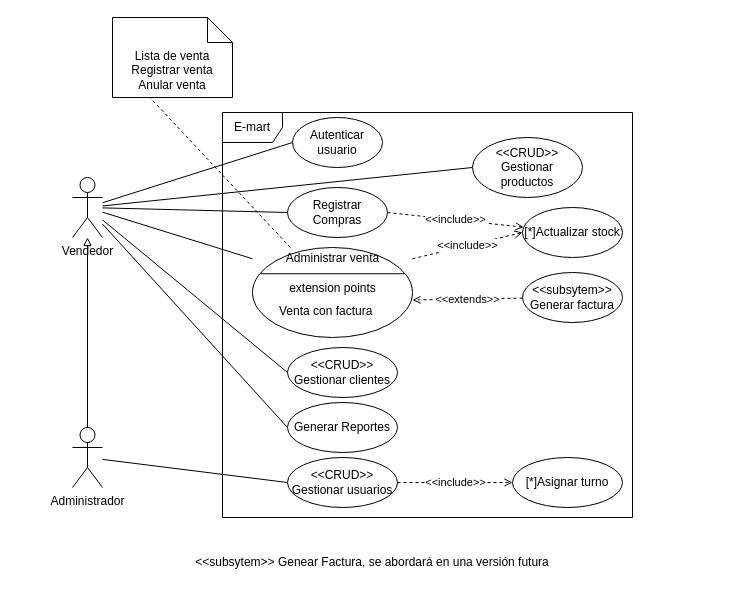
Above: E-mart librería/diagramas.drawio in rene525456/requisitos_software (draw.io), before the change. Source tidied: cells renumbered, new cells numbered last; positions are measured from the earlier drawing's top-left corner, leaving out a move shared by most shapes. Both pictures are drawn from the tidied source at 100%, with x=0, y=0 at pixel (72, 17).
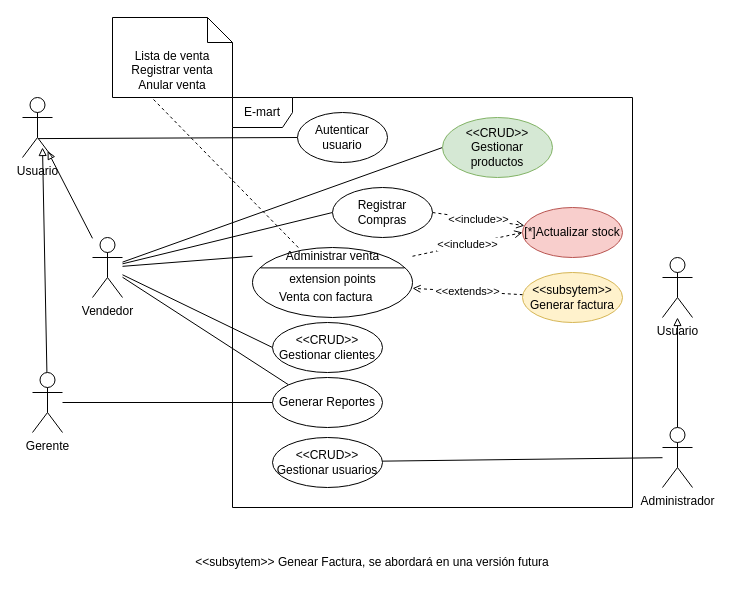
The same diagram, later.

The edit, as a diff of the source:
```diff
@@
     <mxCell id="2" value="E-mart" style="shape=umlFrame;whiteSpace=wrap;html=1;" parent="1" vertex="1">
-      <mxGeometry x="150" y="95" width="410" height="405" as="geometry" />
+      <mxGeometry x="160" y="80" width="400" height="410" as="geometry" />
     </mxCell>
-    <mxCell id="3" style="edgeStyle=none;rounded=0;jettySize=auto;html=1;entryX=0;entryY=0.5;entryDx=0;entryDy=0;endArrow=none;endFill=0;" parent="1" edge="1" source="9" target="13">
+    <mxCell id="3" style="edgeStyle=none;rounded=0;jettySize=auto;html=1;entryX=0;entryY=0.5;entryDx=0;entryDy=0;endArrow=none;endFill=0;exitX=0.521;exitY=0.685;exitDx=0;exitDy=0;exitPerimeter=0;" parent="1" edge="1" source="39" target="13">
       <mxGeometry relative="1" as="geometry" />
     </mxCell>
@@
-    <mxCell id="8" style="edgeStyle=none;rounded=0;jettySize=auto;html=1;entryX=0;entryY=0.5;entryDx=0;entryDy=0;endArrow=none;endFill=0;" parent="1" edge="1" source="9" target="29">
+    <mxCell id="8" style="edgeStyle=none;rounded=0;jettySize=auto;html=1;entryX=0;entryY=0;entryDx=0;entryDy=0;endArrow=none;endFill=0;" parent="1" edge="1" source="9" target="29">
       <mxGeometry relative="1" as="geometry" />
     </mxCell>
+    <mxCell id="34" style="edgeStyle=none;rounded=0;jettySize=auto;html=1;entryX=0.836;entryY=0.891;entryDx=0;entryDy=0;entryPerimeter=0;endArrow=block;endFill=0;" parent="1" edge="1" source="9" target="39">
+      <mxGeometry relative="1" as="geometry" />
+    </mxCell>
     <mxCell id="9" value="Vendedor" style="shape=umlActor;verticalLabelPosition=bottom;verticalAlign=top;html=1;" parent="1" vertex="1">
-      <mxGeometry y="160" width="30" height="60" as="geometry" />
+      <mxGeometry x="20" y="220" width="30" height="60" as="geometry" />
     </mxCell>
-    <mxCell id="10" style="edgeStyle=none;rounded=0;jettySize=auto;html=1;endArrow=block;endFill=0;" parent="1" edge="1" source="12" target="9">
-      <mxGeometry relative="1" as="geometry" />
-    </mxCell>
@@
+    <mxCell id="35" style="edgeStyle=orthogonalEdgeStyle;rounded=0;jettySize=auto;html=1;endArrow=block;endFill=0;" parent="1" edge="1" source="12" target="40">
+      <mxGeometry relative="1" as="geometry" />
+    </mxCell>
     <mxCell id="12" value="Administrador" style="shape=umlActor;verticalLabelPosition=bottom;verticalAlign=top;html=1;" parent="1" vertex="1">
-      <mxGeometry y="410" width="30" height="60" as="geometry" />
+      <mxGeometry x="590" y="410" width="30" height="60" as="geometry" />
     </mxCell>
     <mxCell id="13" value="Autenticar usuario" style="ellipse;whiteSpace=wrap;html=1;" parent="1" vertex="1">
-      <mxGeometry x="220" y="100" width="90" height="50" as="geometry" />
+      <mxGeometry x="225" y="95" width="90" height="50" as="geometry" />
     </mxCell>
-    <mxCell id="14" value="&amp;lt;&amp;lt;CRUD&amp;gt;&amp;gt;&lt;br&gt;Gestionar productos" style="ellipse;whiteSpace=wrap;html=1;" parent="1" vertex="1">
-      <mxGeometry x="400" y="120" width="110" height="60" as="geometry" />
+    <mxCell id="14" value="&amp;lt;&amp;lt;CRUD&amp;gt;&amp;gt;&lt;br&gt;Gestionar productos" style="ellipse;whiteSpace=wrap;html=1;fillColor=#d5e8d4;strokeColor=#82b366;" parent="1" vertex="1">
+      <mxGeometry x="370" y="100" width="110" height="60" as="geometry" />
     </mxCell>
@@
     <mxCell id="16" value="Registrar Compras" style="ellipse;whiteSpace=wrap;html=1;" parent="1" vertex="1">
-      <mxGeometry x="215" y="170" width="100" height="50" as="geometry" />
+      <mxGeometry x="260" y="170" width="100" height="50" as="geometry" />
     </mxCell>
@@
     <mxCell id="18" style="shape=ellipse;horizontal=1;html=1;dashed=0;" parent="1" vertex="1">
-      <mxGeometry x="180" y="230" width="160" height="90" as="geometry" />
+      <mxGeometry x="180" y="230" width="160" height="70" as="geometry" />
     </mxCell>
     <mxCell id="19" value="Administrar venta" style="html=1;strokeColor=none;fillColor=none;align=center;verticalAlign=middle;" parent="18" vertex="1">
-      <mxGeometry width="160" height="22.5" as="geometry" />
+      <mxGeometry width="160" height="17.5" as="geometry" />
     </mxCell>
     <mxCell id="20" style="line;strokeWidth=1;fillColor=none;labelPosition=right;dashed=0;" parent="18" vertex="1">
-      <mxGeometry x="8" y="22.5" width="144" height="7.5" as="geometry" />
+      <mxGeometry x="8" y="17.5" width="144" height="5.8" as="geometry" />
     </mxCell>
     <mxCell id="21" value="extension points" style="text;html=1;align=center;verticalAlign=middle;" parent="18" vertex="1">
-      <mxGeometry y="30" width="160" height="22.5" as="geometry" />
+      <mxGeometry y="23.3" width="160" height="17.5" as="geometry" />
     </mxCell>
     <mxCell id="22" value="Venta con factura" style="text;html=1;align=left;verticalAlign=middle;spacingLeft=25;" parent="18" vertex="1">
-      <mxGeometry y="52.5" width="160" height="22.5" as="geometry" />
+      <mxGeometry y="40.8" width="160" height="17.5" as="geometry" />
     </mxCell>
@@
-    <mxCell id="24" value="[*]Actualizar stock" style="ellipse;whiteSpace=wrap;html=1;" parent="1" vertex="1">
+    <mxCell id="24" value="[*]Actualizar stock" style="ellipse;whiteSpace=wrap;html=1;fillColor=#f8cecc;strokeColor=#b85450;" parent="1" vertex="1">
       <mxGeometry x="450" y="190" width="100" height="50" as="geometry" />
     </mxCell>
@@
-    <mxCell id="27" value="&amp;lt;&amp;lt;subsytem&amp;gt;&amp;gt;&lt;br&gt;Generar factura" style="ellipse;whiteSpace=wrap;html=1;" parent="1" vertex="1">
+    <mxCell id="27" value="&amp;lt;&amp;lt;subsytem&amp;gt;&amp;gt;&lt;br&gt;Generar factura" style="ellipse;whiteSpace=wrap;html=1;fillColor=#fff2cc;strokeColor=#d6b656;" parent="1" vertex="1">
       <mxGeometry x="450" y="255" width="100" height="50" as="geometry" />
     </mxCell>
     <mxCell id="28" value="&amp;lt;&amp;lt;CRUD&amp;gt;&amp;gt;&lt;br&gt;Gestionar clientes" style="ellipse;whiteSpace=wrap;html=1;" parent="1" vertex="1">
-      <mxGeometry x="215" y="330" width="110" height="50" as="geometry" />
+      <mxGeometry x="200" y="305" width="110" height="50" as="geometry" />
     </mxCell>
     <mxCell id="29" value="Generar Reportes" style="ellipse;whiteSpace=wrap;html=1;" parent="1" vertex="1">
-      <mxGeometry x="215" y="385" width="110" height="50" as="geometry" />
+      <mxGeometry x="200" y="360" width="110" height="50" as="geometry" />
     </mxCell>
-    <mxCell id="30" value="&amp;lt;&amp;lt;include&amp;gt;&amp;gt;" style="edgeStyle=none;rounded=0;jettySize=auto;html=1;entryX=0;entryY=0.5;entryDx=0;entryDy=0;endArrow=open;endFill=0;dashed=1;" parent="1" edge="1" source="31" target="32">
-      <mxGeometry relative="1" as="geometry" />
-    </mxCell>
     <mxCell id="31" value="&amp;lt;&amp;lt;CRUD&amp;gt;&amp;gt;&lt;br&gt;Gestionar usuarios" style="ellipse;whiteSpace=wrap;html=1;" parent="1" vertex="1">
-      <mxGeometry x="215" y="440" width="110" height="50" as="geometry" />
+      <mxGeometry x="200" y="420" width="110" height="50" as="geometry" />
     </mxCell>
-    <mxCell id="32" value="[*]Asignar turno&lt;span style=&quot;&quot;&gt;&#9;&lt;/span&gt;" style="ellipse;whiteSpace=wrap;html=1;" parent="1" vertex="1">
-      <mxGeometry x="440" y="440" width="110" height="50" as="geometry" />
-    </mxCell>
@@
+    <mxCell id="36" style="edgeStyle=none;rounded=0;jettySize=auto;html=1;entryX=0;entryY=0.5;entryDx=0;entryDy=0;endArrow=none;endFill=0;" parent="1" edge="1" source="38" target="29">
+      <mxGeometry relative="1" as="geometry" />
+    </mxCell>
+    <mxCell id="37" style="edgeStyle=none;rounded=0;jettySize=auto;html=1;endArrow=block;endFill=0;entryX=0.667;entryY=0.833;entryDx=0;entryDy=0;entryPerimeter=0;" parent="1" edge="1" source="38" target="39">
+      <mxGeometry relative="1" as="geometry" />
+    </mxCell>
+    <mxCell id="38" value="Gerente" style="shape=umlActor;verticalLabelPosition=bottom;verticalAlign=top;html=1;" parent="1" vertex="1">
+      <mxGeometry x="-40" y="355" width="30" height="60" as="geometry" />
+    </mxCell>
+    <mxCell id="39" value="Usuario" style="shape=umlActor;verticalLabelPosition=bottom;verticalAlign=top;html=1;" parent="1" vertex="1">
+      <mxGeometry x="-50" y="80" width="30" height="60" as="geometry" />
+    </mxCell>
+    <mxCell id="40" value="Usuario" style="shape=umlActor;verticalLabelPosition=bottom;verticalAlign=top;html=1;" parent="1" vertex="1">
+      <mxGeometry x="590" y="240" width="30" height="60" as="geometry" />
+    </mxCell>
```
